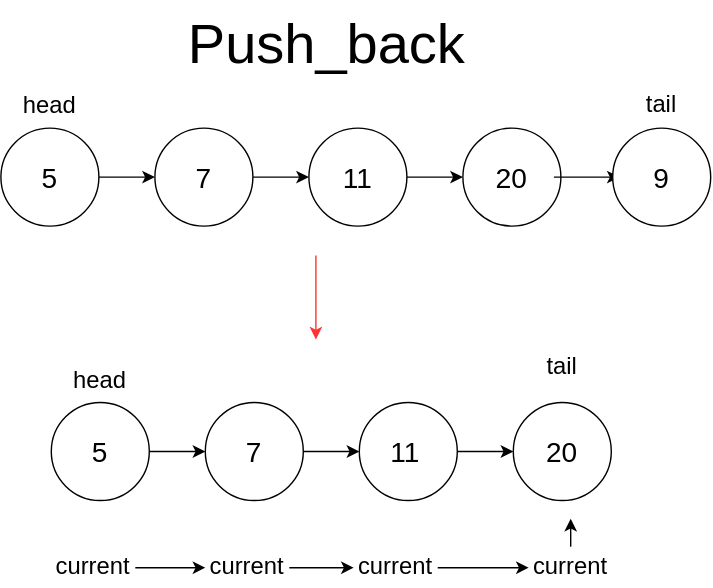
Before: CPP/BASE_STRUCTURES/MEDIA/listnode_pop_back.drawio.svg, a diagram exported from draw.io (maks-labori/Useful_materials). Source tidied: cells renumbered, new cells last; positions are measured from the earlier drawing's top-left corner, leaving out a move shared by most shapes. Source of this version:
```xml
<mxGraphModel>
  <root>
    <mxCell id="0" />
    <mxCell id="1" parent="0" />
    <mxCell id="2" value="&lt;span style=&quot;font-size: 40px;&quot;&gt;Push_back&lt;/span&gt;" style="text;whiteSpace=wrap;html=1;fontSize=20;fontStyle=0;" parent="1" vertex="1">
      <mxGeometry x="132" width="200" height="80" as="geometry" />
    </mxCell>
    <mxCell id="3" style="edgeStyle=orthogonalEdgeStyle;rounded=0;jettySize=auto;html=1;exitX=1;exitY=0.5;exitDx=0;exitDy=0;defaultLabelBackgroundColor=page;entryX=0;entryY=0.5;entryDx=0;entryDy=0;" parent="1" edge="1" source="4" target="6">
      <mxGeometry relative="1" as="geometry" />
    </mxCell>
    <mxCell id="4" value="&lt;span style=&quot;color: rgba(0, 0, 0, 0); font-family: monospace; font-size: 1px; text-align: start; white-space: nowrap;&quot;&gt;%3CmxGraphModel%3E%3Croot%3E%3CmxCell%20id%3D%220%22%2F%3E%3CmxCell%20id%3D%221%22%20parent%3D%220%22%2F%3E%3CmxCell%20id%3D%222%22%20parent%3D%221%22%20style%3D%22text%3Bhtml%3D1%3BwhiteSpace%3Dwrap%3BstrokeColor%3Dnone%3BfillColor%3Dnone%3Balign%3Dcenter%3BverticalAlign%3Dmiddle%3Brounded%3D0%3BfontSize%3D20%3B%22%20value%3D%229%22%20vertex%3D%221%22%3E%3CmxGeometry%20height%3D%2230%22%20width%3D%2260%22%20x%3D%22460%22%20y%3D%22454%22%20as%3D%22geometry%22%2F%3E%3C%2FmxCell%3E%3C%2Froot%3E%3C%2FmxGraphModel%3E&lt;/span&gt;" style="ellipse;whiteSpace=wrap;html=1;shapeInside=1;" parent="1" vertex="1">
      <mxGeometry x="36" y="287" width="70" height="70" as="geometry" />
    </mxCell>
    <mxCell id="5" style="edgeStyle=orthogonalEdgeStyle;rounded=0;jettySize=auto;html=1;exitX=1;exitY=0.5;exitDx=0;exitDy=0;entryX=0;entryY=0.5;entryDx=0;entryDy=0;defaultLabelBackgroundColor=page;" parent="1" edge="1" source="6" target="8">
      <mxGeometry relative="1" as="geometry" />
    </mxCell>
    <mxCell id="6" value="&lt;span style=&quot;color: rgba(0, 0, 0, 0); font-family: monospace; font-size: 1px; text-align: start; white-space: nowrap;&quot;&gt;%3CmxGraphModel%3E%3Croot%3E%3CmxCell%20id%3D%220%22%2F%3E%3CmxCell%20id%3D%221%22%20parent%3D%220%22%2F%3E%3CmxCell%20id%3D%222%22%20parent%3D%221%22%20style%3D%22text%3Bhtml%3D1%3BwhiteSpace%3Dwrap%3BstrokeColor%3Dnone%3BfillColor%3Dnone%3Balign%3Dcenter%3BverticalAlign%3Dmiddle%3Brounded%3D0%3BfontSize%3D20%3B%22%20value%3D%225%22%20vertex%3D%221%22%3E%3CmxGeometry%20height%3D%2230%22%20width%3D%2260%22%20x%3D%22259%22%20y%3D%22370%22%20as%3D%22geometry%22%2F%3E%3C%2FmxCell%3E%3C%2Froot%3E%3C%2FmxGraphModel%3E&lt;/span&gt;&lt;span style=&quot;color: rgba(0, 0, 0, 0); font-family: monospace; font-size: 1px; text-align: start; white-space: nowrap; background-color: transparent;&quot;&gt;%3CmxGraphModel%3E%3Croot%3E%3CmxCell%20id%3D%220%22%2F%3E%3CmxCell%20id%3D%221%22%20parent%3D%220%22%2F%3E%3CmxCell%20id%3D%222%22%20parent%3D%221%22%20style%3D%22text%3Bhtml%3D1%3BwhiteSpace%3Dwrap%3BstrokeColor%3Dnone%3BfillColor%3Dnone%3Balign%3Dcenter%3BverticalAlign%3Dmiddle%3Brounded%3D0%3BfontSize%3D20%3B%22%20value%3D%225%22%20vertex%3D%221%22%3E%3CmxGeometry%20height%3D%2230%22%20width%3D%2260%22%20x%3D%22259%22%20y%3D%22370%22%20as%3D%22geometry%22%2F%3E%3C%2FmxCell%3E%3C%2Froot%3E%3C%2FmxGraphModel%3E&lt;/span&gt;" style="ellipse;whiteSpace=wrap;html=1;shapeInside=1;" parent="1" vertex="1">
      <mxGeometry x="146" y="287" width="70" height="70" as="geometry" />
    </mxCell>
    <mxCell id="7" style="edgeStyle=orthogonalEdgeStyle;rounded=0;jettySize=auto;html=1;exitX=1;exitY=0.5;exitDx=0;exitDy=0;defaultLabelBackgroundColor=page;entryX=0;entryY=0.5;entryDx=0;entryDy=0;" parent="1" edge="1" source="8" target="9">
      <mxGeometry relative="1" as="geometry" />
    </mxCell>
    <mxCell id="8" value="&lt;div&gt;&lt;br/&gt;&lt;/div&gt;" style="ellipse;whiteSpace=wrap;html=1;shapeInside=1;" parent="1" vertex="1">
      <mxGeometry x="256" y="287" width="70" height="70" as="geometry" />
    </mxCell>
    <mxCell id="9" value="&lt;div&gt;&lt;br/&gt;&lt;/div&gt;" style="ellipse;whiteSpace=wrap;html=1;shapeInside=1;" parent="1" vertex="1">
      <mxGeometry x="366" y="287" width="70" height="70" as="geometry" />
    </mxCell>
    <mxCell id="10" style="edgeStyle=orthogonalEdgeStyle;rounded=0;jettySize=auto;html=1;exitX=1;exitY=0.5;exitDx=0;exitDy=0;defaultLabelBackgroundColor=page;entryX=0;entryY=0.5;entryDx=0;entryDy=0;" parent="1" edge="1" source="11" target="13">
      <mxGeometry relative="1" as="geometry" />
    </mxCell>
    <mxCell id="11" value="&lt;div&gt;&lt;br/&gt;&lt;/div&gt;" style="ellipse;whiteSpace=wrap;html=1;shapeInside=1;" parent="1" vertex="1">
      <mxGeometry y="91" width="70" height="70" as="geometry" />
    </mxCell>
    <mxCell id="12" style="edgeStyle=orthogonalEdgeStyle;rounded=0;jettySize=auto;html=1;exitX=1;exitY=0.5;exitDx=0;exitDy=0;entryX=0;entryY=0.5;entryDx=0;entryDy=0;defaultLabelBackgroundColor=page;" parent="1" edge="1" source="13" target="15">
      <mxGeometry relative="1" as="geometry" />
    </mxCell>
    <mxCell id="13" value="&lt;div&gt;&lt;br/&gt;&lt;/div&gt;" style="ellipse;whiteSpace=wrap;html=1;shapeInside=1;" parent="1" vertex="1">
      <mxGeometry x="110" y="91" width="70" height="70" as="geometry" />
    </mxCell>
    <mxCell id="14" style="edgeStyle=orthogonalEdgeStyle;rounded=0;jettySize=auto;html=1;exitX=1;exitY=0.5;exitDx=0;exitDy=0;defaultLabelBackgroundColor=page;entryX=0;entryY=0.5;entryDx=0;entryDy=0;" parent="1" edge="1" source="15" target="16">
      <mxGeometry relative="1" as="geometry" />
    </mxCell>
    <mxCell id="15" value="&lt;div&gt;&lt;br/&gt;&lt;/div&gt;" style="ellipse;whiteSpace=wrap;html=1;shapeInside=1;" parent="1" vertex="1">
      <mxGeometry x="220" y="91" width="70" height="70" as="geometry" />
    </mxCell>
    <mxCell id="16" value="&lt;div&gt;&lt;br/&gt;&lt;/div&gt;" style="ellipse;whiteSpace=wrap;html=1;shapeInside=1;" parent="1" vertex="1">
      <mxGeometry x="330" y="91" width="70" height="70" as="geometry" />
    </mxCell>
    <mxCell id="17" style="endArrow=classic;html=1;rounded=0;fillColor=#f8cecc;strokeColor=#FF3333;" parent="1" edge="1">
      <mxGeometry relative="1" as="geometry">
        <mxPoint x="225" y="182" as="sourcePoint" />
        <mxPoint x="225" y="242" as="targetPoint" />
      </mxGeometry>
    </mxCell>
    <mxCell id="18" value="5" style="text;html=1;whiteSpace=wrap;strokeColor=none;fillColor=none;align=center;verticalAlign=middle;rounded=0;fontSize=20;" parent="1" vertex="1">
      <mxGeometry x="41" y="307" width="60" height="30" as="geometry" />
    </mxCell>
    <mxCell id="19" value="7" style="text;html=1;whiteSpace=wrap;strokeColor=none;fillColor=none;align=center;verticalAlign=middle;rounded=0;fontSize=20;" parent="1" vertex="1">
      <mxGeometry x="151" y="307" width="60" height="30" as="geometry" />
    </mxCell>
    <mxCell id="20" value="11" style="text;html=1;whiteSpace=wrap;strokeColor=none;fillColor=none;align=center;verticalAlign=middle;rounded=0;fontSize=20;" parent="1" vertex="1">
      <mxGeometry x="259" y="307" width="60" height="30" as="geometry" />
    </mxCell>
    <mxCell id="21" value="20" style="text;html=1;whiteSpace=wrap;strokeColor=none;fillColor=none;align=center;verticalAlign=middle;rounded=0;fontSize=20;" parent="1" vertex="1">
      <mxGeometry x="371" y="307" width="60" height="30" as="geometry" />
    </mxCell>
    <mxCell id="22" value="5" style="text;html=1;whiteSpace=wrap;strokeColor=none;fillColor=none;align=center;verticalAlign=middle;rounded=0;fontSize=20;" parent="1" vertex="1">
      <mxGeometry x="5" y="111" width="60" height="30" as="geometry" />
    </mxCell>
    <mxCell id="23" value="7" style="text;html=1;whiteSpace=wrap;strokeColor=none;fillColor=none;align=center;verticalAlign=middle;rounded=0;fontSize=20;" parent="1" vertex="1">
      <mxGeometry x="115" y="111" width="60" height="30" as="geometry" />
    </mxCell>
    <mxCell id="24" value="11" style="text;html=1;whiteSpace=wrap;strokeColor=none;fillColor=none;align=center;verticalAlign=middle;rounded=0;fontSize=20;" parent="1" vertex="1">
      <mxGeometry x="225" y="111" width="60" height="30" as="geometry" />
    </mxCell>
    <mxCell id="25" style="edgeStyle=orthogonalEdgeStyle;rounded=0;jettySize=auto;html=1;exitX=1;exitY=0.5;exitDx=0;exitDy=0;entryX=0;entryY=0.5;entryDx=0;entryDy=0;defaultLabelBackgroundColor=page;" parent="1" edge="1" source="26" target="31">
      <mxGeometry relative="1" as="geometry" />
    </mxCell>
    <mxCell id="26" value="20" style="text;html=1;whiteSpace=wrap;strokeColor=none;fillColor=none;align=center;verticalAlign=middle;rounded=0;fontSize=20;" parent="1" vertex="1">
      <mxGeometry x="335" y="111" width="60" height="30" as="geometry" />
    </mxCell>
    <mxCell id="27" value="head" style="text;html=1;whiteSpace=wrap;strokeColor=none;fillColor=none;align=center;verticalAlign=middle;rounded=0;fontSize=17;" parent="1" vertex="1">
      <mxGeometry x="41" y="257" width="60" height="30" as="geometry" />
    </mxCell>
    <mxCell id="28" value="tail" style="text;html=1;whiteSpace=wrap;strokeColor=none;fillColor=none;align=center;verticalAlign=middle;rounded=0;fontSize=17;" parent="1" vertex="1">
      <mxGeometry x="371" y="247" width="60" height="30" as="geometry" />
    </mxCell>
    <mxCell id="29" value="tail" style="text;html=1;whiteSpace=wrap;strokeColor=none;fillColor=none;align=center;verticalAlign=middle;rounded=0;fontSize=17;" parent="1" vertex="1">
      <mxGeometry x="442" y="60" width="60" height="30" as="geometry" />
    </mxCell>
    <mxCell id="30" value="&lt;div&gt;&lt;br/&gt;&lt;/div&gt;" style="ellipse;whiteSpace=wrap;html=1;shapeInside=1;" parent="1" vertex="1">
      <mxGeometry x="437" y="91" width="70" height="70" as="geometry" />
    </mxCell>
    <mxCell id="31" value="9" style="text;html=1;whiteSpace=wrap;strokeColor=none;fillColor=none;align=center;verticalAlign=middle;rounded=0;fontSize=20;" parent="1" vertex="1">
      <mxGeometry x="442" y="111" width="60" height="30" as="geometry" />
    </mxCell>
    <mxCell id="32" value="head" style="text;html=1;whiteSpace=wrap;strokeColor=none;fillColor=none;align=center;verticalAlign=middle;rounded=0;fontSize=17;" parent="1" vertex="1">
      <mxGeometry x="5" y="61" width="60" height="30" as="geometry" />
    </mxCell>
    <mxCell id="33" style="edgeStyle=orthogonalEdgeStyle;rounded=0;jettySize=auto;html=1;exitX=1;exitY=0.5;exitDx=0;exitDy=0;defaultLabelBackgroundColor=page;entryX=0;entryY=0.5;entryDx=0;entryDy=0;" parent="1" edge="1" source="34" target="36">
      <mxGeometry relative="1" as="geometry" />
    </mxCell>
    <mxCell id="34" value="current" style="text;html=1;whiteSpace=wrap;strokeColor=none;fillColor=none;align=center;verticalAlign=middle;rounded=0;fontSize=17;" parent="1" vertex="1">
      <mxGeometry x="36" y="390" width="60" height="30" as="geometry" />
    </mxCell>
    <mxCell id="35" style="edgeStyle=orthogonalEdgeStyle;rounded=0;jettySize=auto;html=1;exitX=1;exitY=0.5;exitDx=0;exitDy=0;entryX=0;entryY=0.5;entryDx=0;entryDy=0;defaultLabelBackgroundColor=page;" parent="1" edge="1" source="36" target="38">
      <mxGeometry relative="1" as="geometry" />
    </mxCell>
    <mxCell id="36" value="current" style="text;html=1;whiteSpace=wrap;strokeColor=none;fillColor=none;align=center;verticalAlign=middle;rounded=0;fontSize=17;" parent="1" vertex="1">
      <mxGeometry x="146" y="390" width="60" height="30" as="geometry" />
    </mxCell>
    <mxCell id="37" style="edgeStyle=orthogonalEdgeStyle;rounded=0;jettySize=auto;html=1;exitX=1;exitY=0.5;exitDx=0;exitDy=0;defaultLabelBackgroundColor=page;entryX=0;entryY=0.5;entryDx=0;entryDy=0;" parent="1" edge="1" source="38" target="40">
      <mxGeometry relative="1" as="geometry" />
    </mxCell>
    <mxCell id="38" value="current" style="text;html=1;whiteSpace=wrap;strokeColor=none;fillColor=none;align=center;verticalAlign=middle;rounded=0;fontSize=17;" parent="1" vertex="1">
      <mxGeometry x="252" y="390" width="60" height="30" as="geometry" />
    </mxCell>
    <mxCell id="39" style="edgeStyle=orthogonalEdgeStyle;rounded=0;jettySize=auto;html=1;exitX=0.5;exitY=0;exitDx=0;exitDy=0;defaultLabelBackgroundColor=page;" parent="1" edge="1" source="40">
      <mxGeometry relative="1" as="geometry">
        <mxPoint x="407" y="370" as="targetPoint" />
      </mxGeometry>
    </mxCell>
    <mxCell id="40" value="current" style="text;html=1;whiteSpace=wrap;strokeColor=none;fillColor=none;align=center;verticalAlign=middle;rounded=0;fontSize=17;" parent="1" vertex="1">
      <mxGeometry x="377" y="390" width="60" height="30" as="geometry" />
    </mxCell>
  </root>
</mxGraphModel>
```
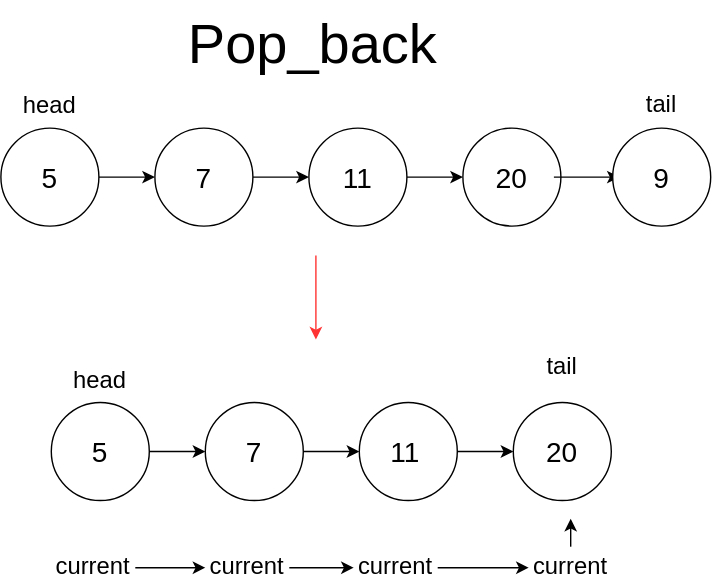
Above is the later version.

Commit message:
fix pop_back

The edit, as a diff of the source:
```diff
@@ -2,7 +2,7 @@
   <root>
     <mxCell id="0" />
     <mxCell id="1" parent="0" />
-    <mxCell id="2" value="&lt;span style=&quot;font-size: 40px;&quot;&gt;Push_back&lt;/span&gt;" style="text;whiteSpace=wrap;html=1;fontSize=20;fontStyle=0;" parent="1" vertex="1">
+    <mxCell id="2" value="&lt;span style=&quot;font-size: 40px;&quot;&gt;Pop_back&lt;/span&gt;" style="text;whiteSpace=wrap;html=1;fontSize=20;fontStyle=0;" parent="1" vertex="1">
       <mxGeometry x="132" width="200" height="80" as="geometry" />
     </mxCell>
     <mxCell id="3" style="edgeStyle=orthogonalEdgeStyle;rounded=0;jettySize=auto;html=1;exitX=1;exitY=0.5;exitDx=0;exitDy=0;defaultLabelBackgroundColor=page;entryX=0;entryY=0.5;entryDx=0;entryDy=0;" parent="1" edge="1" source="4" target="6">
```
